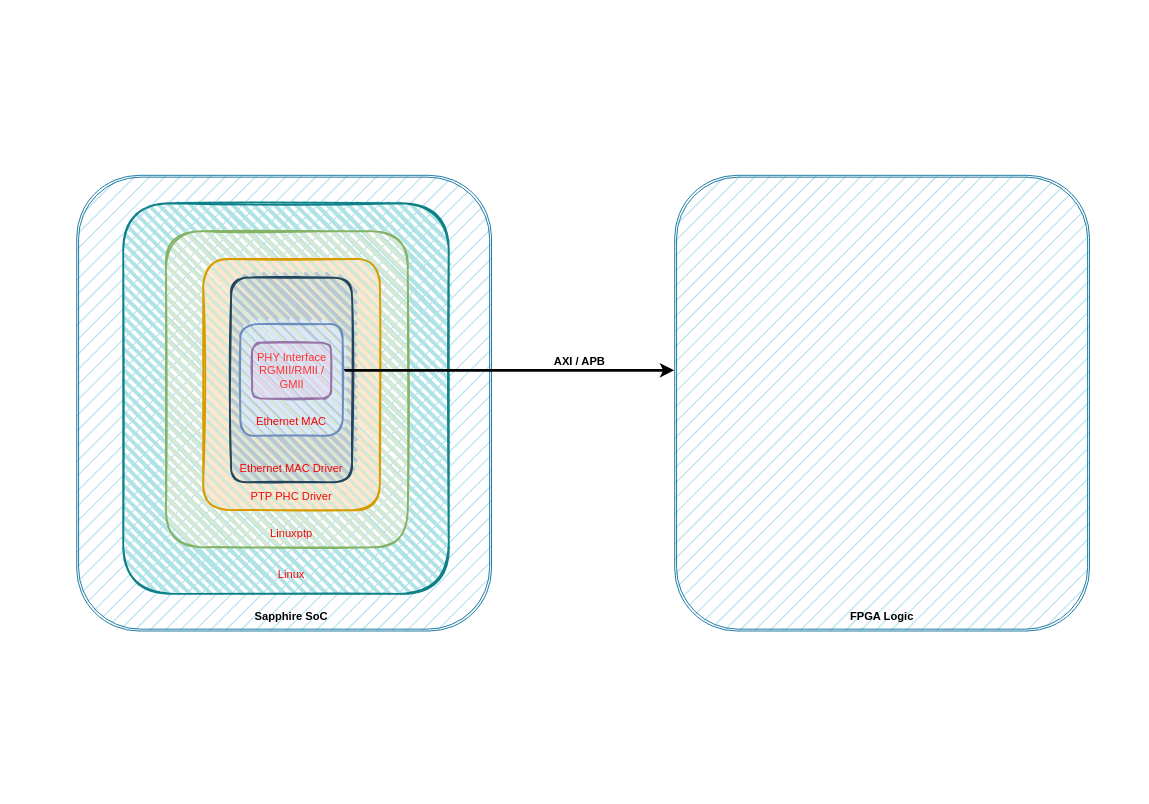
Earlier version of the draw.io diagram A13-PTP.drawio (shenwangchong/learngit). Source tidied: cells renumbered, new cells numbered last; positions are measured from the earlier drawing's top-left corner, leaving out a move shared by most shapes. Both pictures are drawn from the tidied source at 93%, with x=0, y=0 at pixel (76, 175).
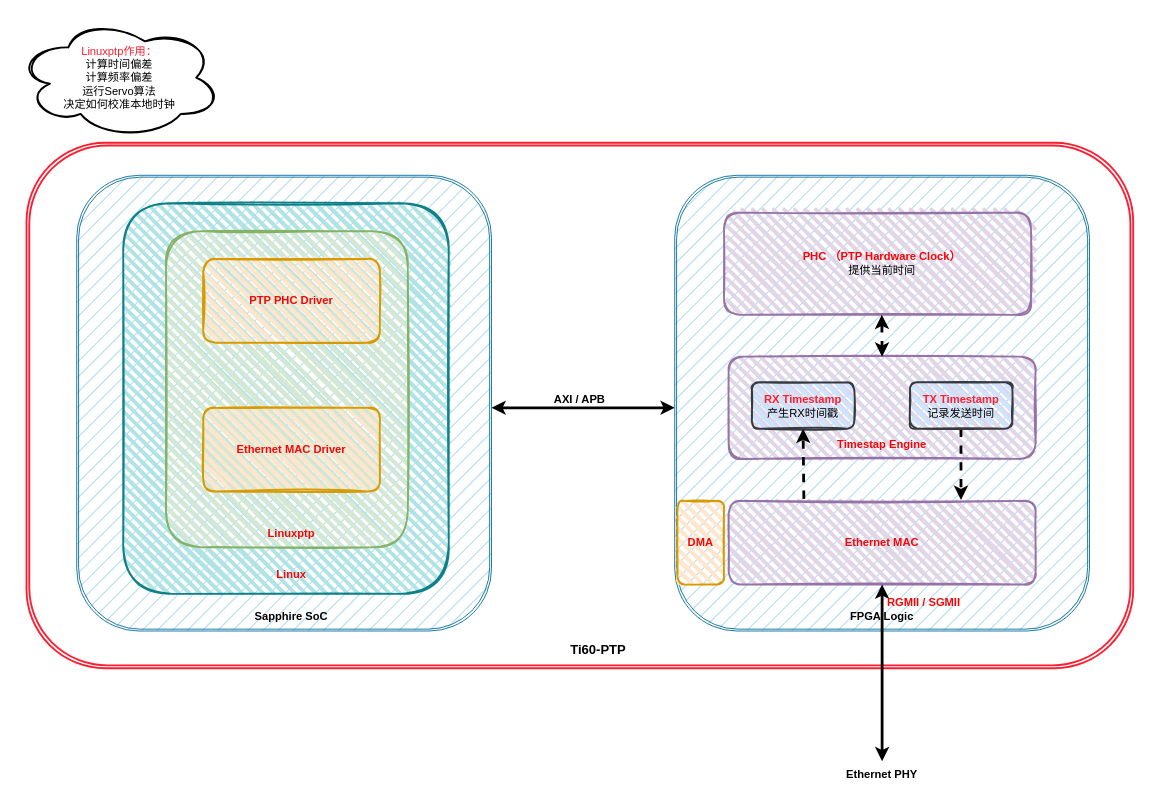
The same page after the edit.

Diff of the diagram source:
```diff
@@
+    <mxCell id="19" style="shape=ext;double=1;rounded=1;whiteSpace=wrap;html=1;fillStyle=hatch;strokeWidth=2;strokeColor=#FF1D30;" parent="1" vertex="1">
+      <mxGeometry x="-54" y="-35" width="1190" height="565" as="geometry" />
+    </mxCell>
@@
-    <mxCell id="5" value="&lt;font style=&quot;color: light-dark(rgb(242, 7, 7), rgb(237, 237, 237));&quot;&gt;Linux&lt;/font&gt;" style="text;html=1;whiteSpace=wrap;strokeColor=none;fillColor=none;align=center;verticalAlign=middle;rounded=0;" parent="1" vertex="1">
+    <mxCell id="5" value="&lt;font style=&quot;color: light-dark(rgb(242, 7, 7), rgb(237, 237, 237));&quot;&gt;&lt;b&gt;Linux&lt;/b&gt;&lt;/font&gt;" style="text;html=1;whiteSpace=wrap;strokeColor=none;fillColor=none;align=center;verticalAlign=middle;rounded=0;" parent="1" vertex="1">
       <mxGeometry x="191" y="420" width="80" height="20" as="geometry" />
     </mxCell>
@@
-    <mxCell id="7" value="&lt;font style=&quot;color: light-dark(rgb(242, 7, 7), rgb(237, 237, 237));&quot;&gt;Linuxptp&lt;/font&gt;" style="text;html=1;whiteSpace=wrap;strokeColor=none;fillColor=none;align=center;verticalAlign=middle;rounded=0;" parent="1" vertex="1">
+    <mxCell id="7" value="&lt;font style=&quot;color: light-dark(rgb(242, 7, 7), rgb(237, 237, 237));&quot;&gt;&lt;b&gt;Linuxptp&lt;/b&gt;&lt;/font&gt;" style="text;html=1;whiteSpace=wrap;strokeColor=none;fillColor=none;align=center;verticalAlign=middle;rounded=0;" parent="1" vertex="1">
       <mxGeometry x="191" y="375" width="80" height="20" as="geometry" />
     </mxCell>
     <mxCell id="8" style="rounded=1;whiteSpace=wrap;html=1;strokeWidth=2;fillWeight=4;hachureGap=8;hachureAngle=45;fillColor=#ffe6cc;sketch=1;strokeColor=#d79b00;" parent="1" vertex="1">
-      <mxGeometry x="136" y="90" width="190" height="270" as="geometry" />
+      <mxGeometry x="136" y="90" width="190" height="90" as="geometry" />
     </mxCell>
-    <mxCell id="9" style="rounded=1;whiteSpace=wrap;html=1;strokeWidth=2;fillWeight=4;hachureGap=8;hachureAngle=45;fillColor=#bac8d3;sketch=1;strokeColor=#23445d;" parent="1" vertex="1">
-      <mxGeometry x="166" y="110" width="130" height="220" as="geometry" />
-    </mxCell>
-    <mxCell id="10" value="&lt;font style=&quot;color: light-dark(rgb(242, 7, 7), rgb(237, 237, 237));&quot;&gt;PTP PHC Driver&lt;/font&gt;" style="text;html=1;whiteSpace=wrap;strokeColor=none;fillColor=none;align=center;verticalAlign=middle;rounded=0;" parent="1" vertex="1">
-      <mxGeometry x="176" y="336" width="110" height="20" as="geometry" />
+    <mxCell id="10" value="&lt;font style=&quot;color: light-dark(rgb(242, 7, 7), rgb(237, 237, 237));&quot;&gt;&lt;b&gt;PTP PHC Driver&lt;/b&gt;&lt;/font&gt;" style="text;html=1;whiteSpace=wrap;strokeColor=none;fillColor=none;align=center;verticalAlign=middle;rounded=0;" parent="1" vertex="1">
+      <mxGeometry x="176" y="125" width="110" height="20" as="geometry" />
     </mxCell>
-    <mxCell id="11" value="&lt;font style=&quot;color: light-dark(rgb(242, 7, 7), rgb(237, 237, 237));&quot;&gt;Ethernet MAC Driver&lt;/font&gt;" style="text;html=1;whiteSpace=wrap;strokeColor=none;fillColor=none;align=center;verticalAlign=middle;rounded=0;" parent="1" vertex="1">
-      <mxGeometry x="166" y="305" width="130" height="20" as="geometry" />
-    </mxCell>
-    <mxCell id="12" style="endArrow=classic;html=1;rounded=0;fontFamily=Helvetica;fontSize=12;fontColor=default;strokeWidth=3;" parent="1" edge="1">
+    <mxCell id="12" style="endArrow=classic;html=1;rounded=0;fontFamily=Helvetica;fontSize=12;fontColor=default;strokeWidth=3;startArrow=classic;startFill=1;" parent="1" edge="1">
       <mxGeometry relative="1" as="geometry">
-        <mxPoint x="286" y="209.7" as="sourcePoint" />
-        <mxPoint x="642.4" y="209.7" as="targetPoint" />
+        <mxPoint x="446" y="250" as="sourcePoint" />
+        <mxPoint x="643" y="250" as="targetPoint" />
       </mxGeometry>
     </mxCell>
-    <mxCell id="13" style="rounded=1;whiteSpace=wrap;html=1;strokeWidth=2;fillWeight=4;hachureGap=8;hachureAngle=45;fillColor=#dae8fc;sketch=1;strokeColor=#6c8ebf;" parent="1" vertex="1">
-      <mxGeometry x="176" y="160" width="110" height="120" as="geometry" />
-    </mxCell>
-    <mxCell id="14" value="&lt;font style=&quot;color: rgb(255, 51, 51);&quot;&gt;PHY Interface&lt;/font&gt;&lt;div&gt;&lt;font style=&quot;color: rgb(255, 51, 51);&quot;&gt;RGMII/RMII / GMII&lt;/font&gt;&lt;/div&gt;" style="rounded=1;whiteSpace=wrap;html=1;strokeWidth=2;fillWeight=4;hachureGap=8;hachureAngle=45;fillColor=#e1d5e7;sketch=1;strokeColor=#9673a6;" parent="1" vertex="1">
-      <mxGeometry x="188.5" y="180" width="85" height="60" as="geometry" />
-    </mxCell>
-    <mxCell id="15" value="&lt;font style=&quot;color: light-dark(rgb(242, 7, 7), rgb(237, 237, 237));&quot;&gt;Ethernet MAC&lt;/font&gt;" style="text;html=1;whiteSpace=wrap;strokeColor=none;fillColor=none;align=center;verticalAlign=middle;rounded=0;" parent="1" vertex="1">
-      <mxGeometry x="181" y="255" width="100" height="20" as="geometry" />
-    </mxCell>
     <mxCell id="16" value="&lt;b&gt;AXI / APB&lt;/b&gt;" style="text;html=1;whiteSpace=wrap;strokeColor=none;fillColor=none;align=center;verticalAlign=middle;rounded=0;" parent="1" vertex="1">
-      <mxGeometry x="506" y="190" width="70" height="20" as="geometry" />
+      <mxGeometry x="506" y="231" width="70" height="20" as="geometry" />
     </mxCell>
@@
+    <mxCell id="20" value="&lt;b&gt;&lt;font style=&quot;font-size: 14px;&quot;&gt;Ti60-PTP&lt;/font&gt;&lt;/b&gt;" style="text;html=1;whiteSpace=wrap;strokeColor=none;fillColor=none;align=center;verticalAlign=middle;rounded=0;" parent="1" vertex="1">
+      <mxGeometry x="526" y="500" width="70" height="20" as="geometry" />
+    </mxCell>
+    <mxCell id="21" style="rounded=1;whiteSpace=wrap;html=1;strokeWidth=2;fillWeight=4;hachureGap=8;hachureAngle=45;fillColor=#e1d5e7;sketch=1;strokeColor=#9673a6;" parent="1" vertex="1">
+      <mxGeometry x="696" y="40" width="330" height="110" as="geometry" />
+    </mxCell>
+    <mxCell id="22" value="&lt;font style=&quot;color: light-dark(rgb(242, 7, 7), rgb(237, 237, 237));&quot;&gt;&lt;b&gt;PHC （PTP Hardware Clock）&lt;/b&gt;&lt;/font&gt;&lt;div&gt;&lt;font style=&quot;&quot;&gt;&lt;font style=&quot;color: light-dark(rgb(0, 0, 0), rgb(237, 237, 237));&quot;&gt;提供当前时间&lt;b&gt;&lt;/b&gt;&lt;/font&gt;&lt;/font&gt;&lt;/div&gt;" style="text;html=1;whiteSpace=wrap;strokeColor=none;fillColor=none;align=center;verticalAlign=middle;rounded=0;" parent="1" vertex="1">
+      <mxGeometry x="776" y="85" width="180" height="20" as="geometry" />
+    </mxCell>
+    <mxCell id="23" style="rounded=1;whiteSpace=wrap;html=1;strokeWidth=2;fillWeight=4;hachureGap=8;hachureAngle=45;fillColor=#e1d5e7;sketch=1;strokeColor=#9673a6;" parent="1" vertex="1">
+      <mxGeometry x="701" y="195" width="330" height="110" as="geometry" />
+    </mxCell>
+    <mxCell id="24" style="rounded=1;whiteSpace=wrap;html=1;strokeWidth=2;fillWeight=4;hachureGap=8;hachureAngle=45;fillColor=#e1d5e7;sketch=1;strokeColor=#9673a6;" parent="1" vertex="1">
+      <mxGeometry x="701" y="350" width="330" height="90" as="geometry" />
+    </mxCell>
+    <mxCell id="25" style="endArrow=classic;html=1;rounded=0;fontFamily=Helvetica;fontSize=12;fontColor=default;strokeWidth=3;exitX=0.5;exitY=1;exitDx=0;exitDy=0;endFill=1;startArrow=classic;startFill=1;" parent="1" edge="1" source="24">
+      <mxGeometry relative="1" as="geometry">
+        <mxPoint x="866" y="630" as="targetPoint" />
+      </mxGeometry>
+    </mxCell>
+    <mxCell id="26" value="&lt;b&gt;Ethernet PHY&lt;/b&gt;" style="text;html=1;whiteSpace=wrap;strokeColor=none;fillColor=none;align=center;verticalAlign=middle;rounded=0;" parent="1" vertex="1">
+      <mxGeometry x="816" y="630" width="100" height="30" as="geometry" />
+    </mxCell>
+    <mxCell id="27" value="&lt;font style=&quot;color: light-dark(rgb(242, 7, 7), rgb(237, 237, 237));&quot;&gt;&lt;b&gt;Timestap Engine&lt;/b&gt;&lt;/font&gt;" style="text;html=1;whiteSpace=wrap;strokeColor=none;fillColor=none;align=center;verticalAlign=middle;rounded=0;" parent="1" vertex="1">
+      <mxGeometry x="776" y="280" width="180" height="20" as="geometry" />
+    </mxCell>
+    <mxCell id="15" value="&lt;font style=&quot;color: light-dark(rgb(242, 7, 7), rgb(237, 237, 237));&quot;&gt;&lt;b&gt;Ethernet MAC&lt;/b&gt;&lt;/font&gt;" style="text;html=1;whiteSpace=wrap;strokeColor=none;fillColor=none;align=center;verticalAlign=middle;rounded=0;" parent="1" vertex="1">
+      <mxGeometry x="776" y="385" width="180" height="20" as="geometry" />
+    </mxCell>
+    <mxCell id="28" style="endArrow=classic;html=1;rounded=0;fontFamily=Helvetica;fontSize=12;fontColor=default;strokeWidth=3;exitX=0.5;exitY=1;exitDx=0;exitDy=0;dashed=1;entryX=0.757;entryY=-0.01;entryDx=0;entryDy=0;entryPerimeter=0;" parent="1" edge="1" target="24">
+      <mxGeometry relative="1" as="geometry">
+        <mxPoint x="950.8" y="272.5" as="sourcePoint" />
+      </mxGeometry>
+    </mxCell>
+    <mxCell id="29" style="endArrow=classic;html=1;rounded=0;fontFamily=Helvetica;fontSize=12;fontColor=default;strokeWidth=3;exitX=0.5;exitY=1;exitDx=0;exitDy=0;dashed=1;startArrow=classic;startFill=1;" parent="1" edge="1">
+      <mxGeometry relative="1" as="geometry">
+        <mxPoint x="865.7" y="150" as="sourcePoint" />
+        <mxPoint x="866" y="195" as="targetPoint" />
+      </mxGeometry>
+    </mxCell>
+    <mxCell id="30" value="&lt;font style=&quot;color: light-dark(rgb(242, 7, 7), rgb(237, 237, 237));&quot;&gt;&lt;b&gt;RGMII / SGMII&lt;/b&gt;&lt;/font&gt;" style="text;html=1;whiteSpace=wrap;strokeColor=none;fillColor=none;align=center;verticalAlign=middle;rounded=0;" parent="1" vertex="1">
+      <mxGeometry x="866" y="450" width="90" height="20" as="geometry" />
+    </mxCell>
+    <mxCell id="31" value="&lt;div&gt;&lt;font style=&quot;color: rgb(255, 29, 48);&quot;&gt;Linuxptp作用：&lt;/font&gt;&lt;/div&gt;计算时间偏差&lt;br&gt;计算频率偏差&lt;br&gt;运行Servo算法&lt;br&gt;决定如何校准本地时钟" style="ellipse;shape=cloud;whiteSpace=wrap;html=1;rounded=1;sketch=1;fillWeight=4;hachureGap=8;hachureAngle=45;strokeWidth=2;align=center;verticalAlign=middle;fontFamily=Helvetica;fontSize=12;" parent="1" vertex="1">
+      <mxGeometry x="-64" y="-170" width="220" height="130" as="geometry" />
+    </mxCell>
+    <mxCell id="32" value="&lt;b&gt;&lt;font style=&quot;color: rgb(255, 29, 48);&quot;&gt;TX Timestamp&lt;/font&gt;&lt;/b&gt;&lt;div&gt;记录发送时间&lt;b&gt;&lt;font style=&quot;color: rgb(255, 29, 48);&quot;&gt;&lt;/font&gt;&lt;/b&gt;&lt;/div&gt;" style="rounded=1;whiteSpace=wrap;html=1;strokeWidth=2;fillWeight=4;hachureGap=8;hachureAngle=45;fillColor=#cce5ff;sketch=1;strokeColor=#36393d;align=center;verticalAlign=middle;fontFamily=Helvetica;fontSize=12;" parent="1" vertex="1">
+      <mxGeometry x="896" y="222.5" width="110" height="50" as="geometry" />
+    </mxCell>
+    <mxCell id="33" value="&lt;b&gt;&lt;font style=&quot;color: rgb(255, 29, 48);&quot;&gt;RX Timestamp&lt;/font&gt;&lt;/b&gt;&lt;div&gt;产生RX时间戳&lt;b&gt;&lt;font style=&quot;color: rgb(255, 29, 48);&quot;&gt;&lt;/font&gt;&lt;/b&gt;&lt;/div&gt;" style="rounded=1;whiteSpace=wrap;html=1;strokeWidth=2;fillWeight=4;hachureGap=8;hachureAngle=45;fillColor=#cce5ff;sketch=1;strokeColor=#36393d;align=center;verticalAlign=middle;fontFamily=Helvetica;fontSize=12;" parent="1" vertex="1">
+      <mxGeometry x="726" y="222.5" width="110" height="50" as="geometry" />
+    </mxCell>
+    <mxCell id="34" style="endArrow=classic;html=1;rounded=0;fontFamily=Helvetica;fontSize=12;fontColor=default;strokeWidth=3;exitX=0.245;exitY=-0.023;exitDx=0;exitDy=0;dashed=1;exitPerimeter=0;entryX=0.5;entryY=1;entryDx=0;entryDy=0;" parent="1" edge="1" source="24" target="33">
+      <mxGeometry relative="1" as="geometry" />
+    </mxCell>
+    <mxCell id="35" style="rounded=1;whiteSpace=wrap;html=1;strokeWidth=2;fillWeight=4;hachureGap=8;hachureAngle=45;fillColor=#ffe6cc;sketch=1;strokeColor=#d79b00;" parent="1" vertex="1">
+      <mxGeometry x="136" y="250" width="190" height="90" as="geometry" />
+    </mxCell>
+    <mxCell id="11" value="&lt;font style=&quot;color: light-dark(rgb(242, 7, 7), rgb(237, 237, 237));&quot;&gt;&lt;b&gt;Ethernet MAC Driver&lt;/b&gt;&lt;/font&gt;" style="text;html=1;whiteSpace=wrap;strokeColor=none;fillColor=none;align=center;verticalAlign=middle;rounded=0;" parent="1" vertex="1">
+      <mxGeometry x="166" y="285" width="130" height="20" as="geometry" />
+    </mxCell>
+    <mxCell id="36" style="rounded=1;whiteSpace=wrap;html=1;strokeWidth=2;fillWeight=4;hachureGap=8;hachureAngle=45;fillColor=#ffe6cc;sketch=1;strokeColor=#d79b00;" parent="1" vertex="1">
+      <mxGeometry x="646" y="350" width="50" height="90" as="geometry" />
+    </mxCell>
+    <mxCell id="37" value="&lt;font style=&quot;color: light-dark(rgb(242, 7, 7), rgb(237, 237, 237));&quot;&gt;&lt;b&gt;DMA&lt;/b&gt;&lt;/font&gt;" style="text;html=1;whiteSpace=wrap;strokeColor=none;fillColor=none;align=center;verticalAlign=middle;rounded=0;" parent="1" vertex="1">
+      <mxGeometry x="646" y="385" width="50" height="20" as="geometry" />
+    </mxCell>
```
